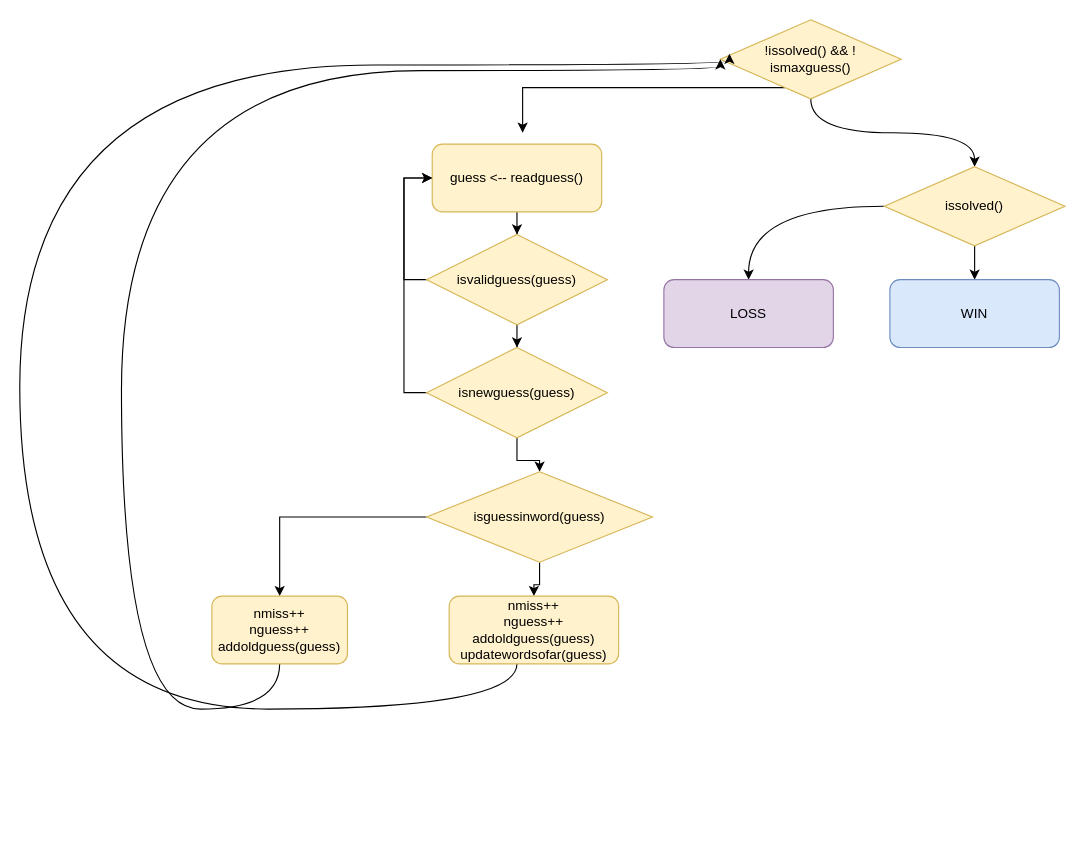
The draw.io diagram Untitled Diagram.drawio in shanirub/cpp-project, before the edit. Source tidied: cells renumbered, new cells numbered last; positions are measured from the earlier drawing's top-left corner, leaving out a move shared by most shapes. Both pictures are drawn from the tidied source at 113%, with x=0, y=0 at pixel (19, 19).
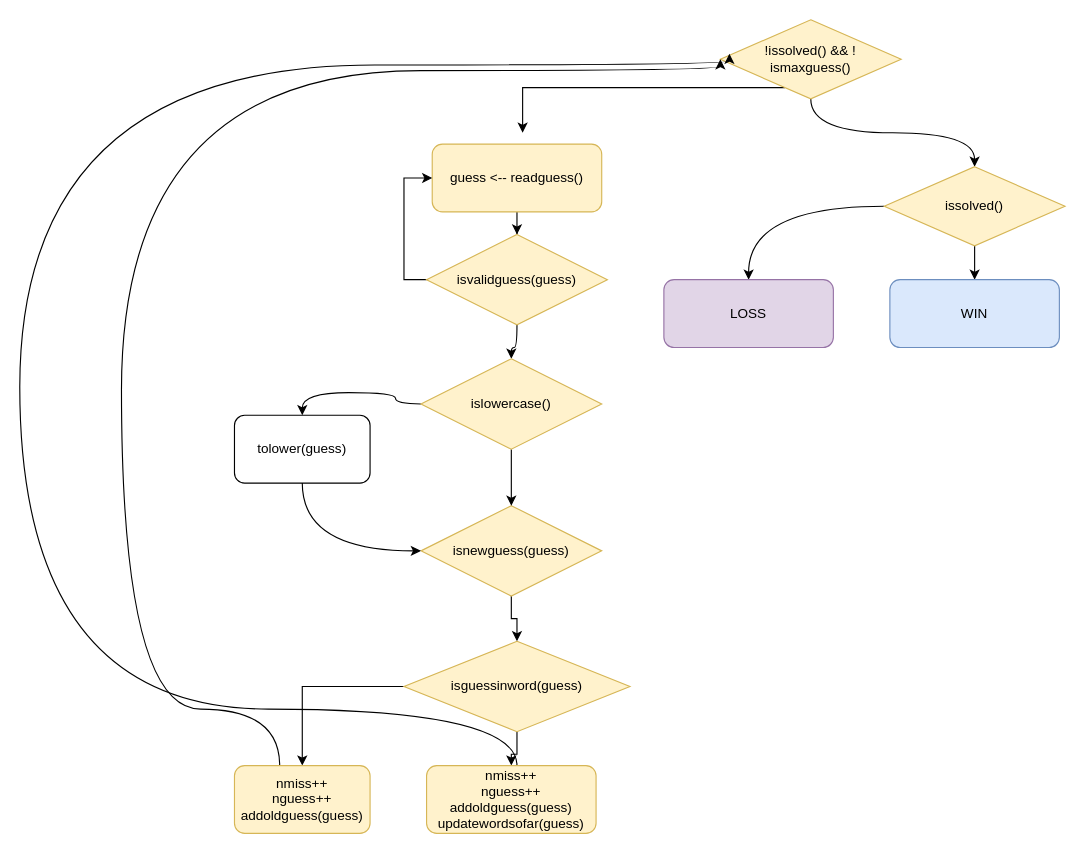
The same diagram, later.

Commit message:
added lowercase handling

Unchanged cells that the change refers to:
```xml
<mxCell id="6" value="&lt;div&gt;guess &amp;lt;-- readguess()&lt;/div&gt;" style="rounded=1;whiteSpace=wrap;html=1;fillColor=#fff2cc;strokeColor=#d6b656;" parent="1" vertex="1">
  <mxGeometry x="365" y="110" width="150" height="60" as="geometry" />
</mxCell>
<mxCell id="9" value="isvalidguess(guess)" style="rhombus;whiteSpace=wrap;html=1;fillColor=#fff2cc;strokeColor=#d6b656;" parent="1" vertex="1">
  <mxGeometry x="360" y="190" width="160" height="80" as="geometry" />
</mxCell>
```

The edit, as a diff of the source:
```diff
@@
-    <mxCell id="8" style="edgeStyle=orthogonalEdgeStyle;rounded=0;jettySize=auto;html=1;" parent="1" edge="1" source="9" target="12">
-      <mxGeometry relative="1" as="geometry" />
-    </mxCell>
+    <mxCell id="25" style="edgeStyle=orthogonalEdgeStyle;curved=1;jettySize=auto;html=1;" parent="1" edge="1" source="9" target="28">
+      <mxGeometry relative="1" as="geometry" />
+    </mxCell>
@@
-    <mxCell id="10" style="edgeStyle=orthogonalEdgeStyle;rounded=0;jettySize=auto;html=1;entryX=0;entryY=0.5;entryDx=0;entryDy=0;" parent="1" edge="1" source="12" target="6">
-      <mxGeometry relative="1" as="geometry">
-        <Array as="points">
-          <mxPoint x="340" y="330" />
-          <mxPoint x="340" y="140" />
-        </Array>
-      </mxGeometry>
-    </mxCell>
@@
     <mxCell id="12" value="isnewguess(guess)" style="rhombus;whiteSpace=wrap;html=1;fillColor=#fff2cc;strokeColor=#d6b656;" parent="1" vertex="1">
-      <mxGeometry x="360" y="290" width="160" height="80" as="geometry" />
+      <mxGeometry x="355" y="430" width="160" height="80" as="geometry" />
     </mxCell>
@@
     <mxCell id="15" value="&lt;div&gt;isguessinword(guess)&lt;/div&gt;" style="rhombus;whiteSpace=wrap;html=1;fillColor=#fff2cc;strokeColor=#d6b656;" parent="1" vertex="1">
-      <mxGeometry x="360" y="400" width="200" height="80" as="geometry" />
+      <mxGeometry x="340" y="550" width="200" height="80" as="geometry" />
     </mxCell>
@@
     <mxCell id="17" value="&lt;div&gt;nmiss++&lt;/div&gt;&lt;div&gt;nguess++&lt;/div&gt;&lt;div&gt;addoldguess(guess)&lt;br&gt;&lt;/div&gt;" style="rounded=1;whiteSpace=wrap;html=1;fillColor=#fff2cc;strokeColor=#d6b656;" parent="1" vertex="1">
-      <mxGeometry x="170" y="510" width="120" height="60" as="geometry" />
+      <mxGeometry x="190" y="660" width="120" height="60" as="geometry" />
     </mxCell>
@@
     <mxCell id="19" value="&lt;div&gt;nmiss++&lt;/div&gt;&lt;div&gt;nguess++&lt;/div&gt;&lt;div&gt;addoldguess(guess)&lt;/div&gt;&lt;div&gt;updatewordsofar(guess)&lt;br&gt;&lt;/div&gt;" style="rounded=1;whiteSpace=wrap;html=1;fillColor=#fff2cc;strokeColor=#d6b656;" parent="1" vertex="1">
-      <mxGeometry x="380" y="510" width="150" height="60" as="geometry" />
+      <mxGeometry x="360" y="660" width="150" height="60" as="geometry" />
     </mxCell>
@@
+    <mxCell id="26" style="edgeStyle=orthogonalEdgeStyle;curved=1;jettySize=auto;html=1;" parent="1" edge="1" source="28" target="12">
+      <mxGeometry relative="1" as="geometry" />
+    </mxCell>
+    <mxCell id="27" style="edgeStyle=orthogonalEdgeStyle;curved=1;jettySize=auto;html=1;entryX=0.5;entryY=0;entryDx=0;entryDy=0;" parent="1" edge="1" source="28" target="30">
+      <mxGeometry relative="1" as="geometry" />
+    </mxCell>
+    <mxCell id="28" value="islowercase()" style="rhombus;whiteSpace=wrap;html=1;fillColor=#fff2cc;strokeColor=#d6b656;" parent="1" vertex="1">
+      <mxGeometry x="355" y="300" width="160" height="80" as="geometry" />
+    </mxCell>
+    <mxCell id="29" style="edgeStyle=orthogonalEdgeStyle;curved=1;jettySize=auto;html=1;" parent="1" edge="1" source="30" target="12">
+      <mxGeometry relative="1" as="geometry">
+        <Array as="points">
+          <mxPoint x="250" y="470" />
+        </Array>
+      </mxGeometry>
+    </mxCell>
+    <mxCell id="30" value="tolower(guess)" style="rounded=1;whiteSpace=wrap;html=1;" parent="1" vertex="1">
+      <mxGeometry x="190" y="350" width="120" height="60" as="geometry" />
+    </mxCell>
```
